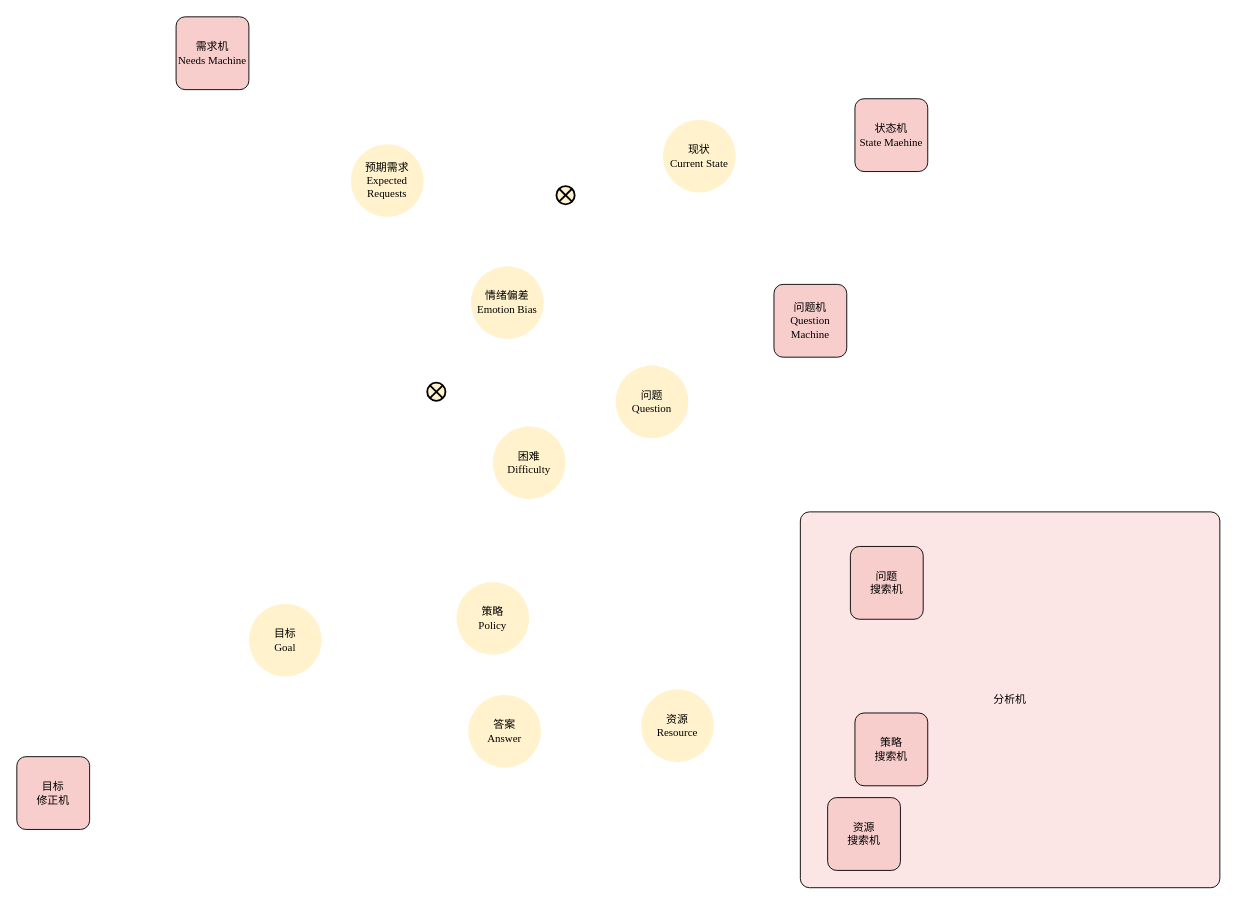
This is page "术语之于分析问题" (8 of 11) of Analyse/总体分析框架.drawio from EntelechySystem/EntelechySystem_theory, a draw.io file, before an edit. Source tidied: cells renumbered, new cells numbered last; positions are measured from the earlier drawing's top-left corner, leaving out a move shared by most shapes. Both pictures are drawn from the tidied source at 91%, with x=0, y=0 at pixel (16, 16).
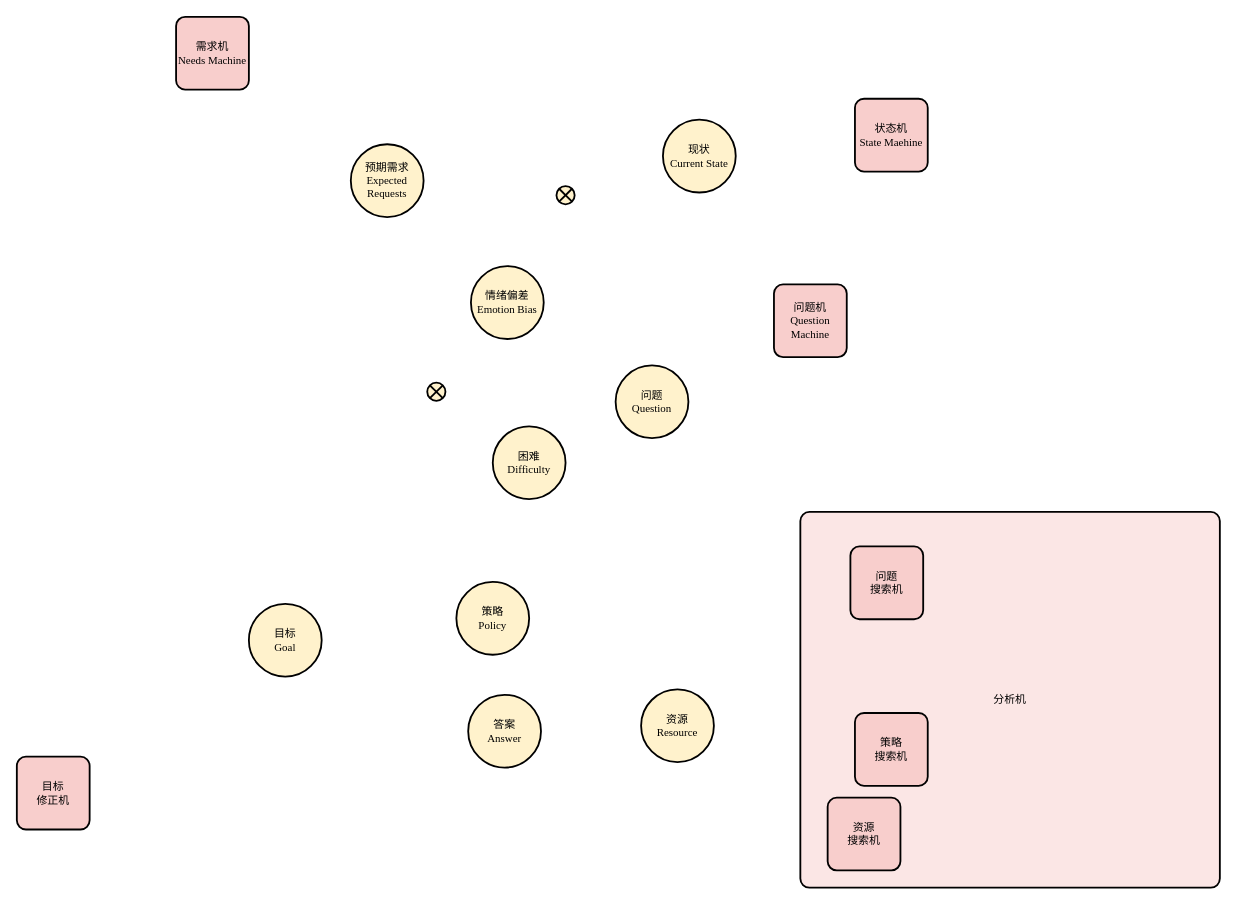
The same diagram, later.

Change to the diagram source:
```diff
@@
-    <mxCell id="3" value="情绪偏差&lt;br&gt;Emotion Bias" style="ellipse;whiteSpace=wrap;html=1;fontFamily=Times New Roman;fontSize=12;fontColor=default;align=center;strokeColor=none;fillColor=#fff2cc;" parent="1" vertex="1">
+    <mxCell id="3" value="情绪偏差&lt;br&gt;Emotion Bias" style="ellipse;whiteSpace=wrap;html=1;fontFamily=Times New Roman;fontSize=12;fontColor=default;align=center;strokeColor=default;fillColor=#fff2cc;strokeWidth=2;" parent="1" vertex="1">
       <mxGeometry x="499" y="274" width="80" height="80" as="geometry" />
     </mxCell>
-    <mxCell id="4" value="预期需求&lt;br&gt;Expected Requests" style="ellipse;whiteSpace=wrap;html=1;fontFamily=Times New Roman;fontSize=12;fontColor=default;align=center;strokeColor=none;fillColor=#fff2cc;" parent="1" vertex="1">
+    <mxCell id="4" value="预期需求&lt;br&gt;Expected Requests" style="ellipse;whiteSpace=wrap;html=1;fontFamily=Times New Roman;fontSize=12;fontColor=default;align=center;strokeColor=default;fillColor=#fff2cc;strokeWidth=2;" parent="1" vertex="1">
       <mxGeometry x="367" y="140" width="80" height="80" as="geometry" />
     </mxCell>
-    <mxCell id="5" value="策略&lt;br&gt;Policy" style="ellipse;whiteSpace=wrap;html=1;fontFamily=Times New Roman;fontSize=12;fontColor=default;align=center;strokeColor=none;fillColor=#fff2cc;" parent="1" vertex="1">
+    <mxCell id="5" value="策略&lt;br&gt;Policy" style="ellipse;whiteSpace=wrap;html=1;fontFamily=Times New Roman;fontSize=12;fontColor=default;align=center;strokeColor=default;fillColor=#fff2cc;strokeWidth=2;" parent="1" vertex="1">
       <mxGeometry x="483" y="621" width="80" height="80" as="geometry" />
     </mxCell>
-    <mxCell id="6" value="目标&lt;br&gt;Goal" style="ellipse;whiteSpace=wrap;html=1;fontFamily=Times New Roman;fontSize=12;fontColor=default;align=center;strokeColor=none;fillColor=#fff2cc;" parent="1" vertex="1">
+    <mxCell id="6" value="目标&lt;br&gt;Goal" style="ellipse;whiteSpace=wrap;html=1;fontFamily=Times New Roman;fontSize=12;fontColor=default;align=center;strokeColor=default;fillColor=#fff2cc;strokeWidth=2;" parent="1" vertex="1">
       <mxGeometry x="255" y="645" width="80" height="80" as="geometry" />
     </mxCell>
-    <mxCell id="7" value="现状&lt;br&gt;Current State" style="ellipse;whiteSpace=wrap;html=1;fontFamily=Times New Roman;fontSize=12;fontColor=default;align=center;strokeColor=none;fillColor=#fff2cc;" parent="1" vertex="1">
+    <mxCell id="7" value="现状&lt;br&gt;Current State" style="ellipse;whiteSpace=wrap;html=1;fontFamily=Times New Roman;fontSize=12;fontColor=default;align=center;strokeColor=default;fillColor=#fff2cc;strokeWidth=2;" parent="1" vertex="1">
       <mxGeometry x="710" y="113" width="80" height="80" as="geometry" />
     </mxCell>
-    <mxCell id="8" value="资源&lt;br&gt;Resource" style="ellipse;whiteSpace=wrap;html=1;labelBackgroundColor=none;labelBorderColor=none;fontFamily=Times New Roman;fillColor=#fff2cc;strokeColor=none;" parent="1" vertex="1">
+    <mxCell id="8" value="资源&lt;br&gt;Resource" style="ellipse;whiteSpace=wrap;html=1;labelBackgroundColor=none;labelBorderColor=none;fontFamily=Times New Roman;fillColor=#fff2cc;strokeColor=default;strokeWidth=2;" parent="1" vertex="1">
       <mxGeometry x="686" y="739" width="80" height="80" as="geometry" />
     </mxCell>
-    <mxCell id="9" value="困难&lt;br&gt;Difficulty" style="ellipse;whiteSpace=wrap;html=1;fontFamily=Times New Roman;fontSize=12;fontColor=default;align=center;strokeColor=none;fillColor=#fff2cc;" parent="1" vertex="1">
+    <mxCell id="9" value="困难&lt;br&gt;Difficulty" style="ellipse;whiteSpace=wrap;html=1;fontFamily=Times New Roman;fontSize=12;fontColor=default;align=center;strokeColor=default;fillColor=#fff2cc;strokeWidth=2;" parent="1" vertex="1">
       <mxGeometry x="523" y="450" width="80" height="80" as="geometry" />
     </mxCell>
-    <mxCell id="10" value="需求机&lt;br&gt;Needs Machine" style="rounded=1;whiteSpace=wrap;html=1;fontFamily=Times New Roman;fontSize=12;fontColor=default;align=center;strokeColor=default;fillColor=#f8cecc;absoluteArcSize=1;" parent="1" vertex="1">
+    <mxCell id="10" value="需求机&lt;br&gt;Needs Machine" style="rounded=1;whiteSpace=wrap;html=1;fontFamily=Times New Roman;fontSize=12;fontColor=default;align=center;strokeColor=default;fillColor=#f8cecc;absoluteArcSize=1;strokeWidth=2;" parent="1" vertex="1">
       <mxGeometry x="175" width="80" height="80" as="geometry" />
     </mxCell>
-    <mxCell id="11" value="状态机&lt;br&gt;State Maehine" style="rounded=1;whiteSpace=wrap;html=1;fontFamily=Times New Roman;fontSize=12;fontColor=default;align=center;strokeColor=default;fillColor=#f8cecc;absoluteArcSize=1;" parent="1" vertex="1">
+    <mxCell id="11" value="状态机&lt;br&gt;State Maehine" style="rounded=1;whiteSpace=wrap;html=1;fontFamily=Times New Roman;fontSize=12;fontColor=default;align=center;strokeColor=default;fillColor=#f8cecc;absoluteArcSize=1;strokeWidth=2;" parent="1" vertex="1">
       <mxGeometry x="921" y="90" width="80" height="80" as="geometry" />
     </mxCell>
-    <mxCell id="12" value="问题机&lt;br&gt;Question Machine" style="rounded=1;whiteSpace=wrap;html=1;fontFamily=Times New Roman;fontSize=12;fontColor=default;align=center;strokeColor=default;fillColor=#f8cecc;absoluteArcSize=1;" parent="1" vertex="1">
+    <mxCell id="12" value="问题机&lt;br&gt;Question Machine" style="rounded=1;whiteSpace=wrap;html=1;fontFamily=Times New Roman;fontSize=12;fontColor=default;align=center;strokeColor=default;fillColor=#f8cecc;absoluteArcSize=1;strokeWidth=2;" parent="1" vertex="1">
       <mxGeometry x="832" y="294" width="80" height="80" as="geometry" />
     </mxCell>
-    <mxCell id="13" value="分析机" style="rounded=1;whiteSpace=wrap;html=1;fontFamily=Times New Roman;fontSize=12;align=center;strokeColor=#000000;fillColor=#f8cecc;absoluteArcSize=1;fillOpacity=50;" parent="1" vertex="1">
+    <mxCell id="13" value="分析机" style="rounded=1;whiteSpace=wrap;html=1;fontFamily=Times New Roman;fontSize=12;align=center;strokeColor=default;fillColor=#f8cecc;absoluteArcSize=1;fillOpacity=50;strokeWidth=2;" parent="1" vertex="1">
       <mxGeometry x="861" y="544" width="461" height="413" as="geometry" />
     </mxCell>
-    <mxCell id="14" value="问题&lt;br&gt;搜索机" style="rounded=1;whiteSpace=wrap;html=1;fontFamily=Times New Roman;fontSize=12;fontColor=default;align=center;strokeColor=default;fillColor=#f8cecc;absoluteArcSize=1;" parent="1" vertex="1">
+    <mxCell id="14" value="问题&lt;br&gt;搜索机" style="rounded=1;whiteSpace=wrap;html=1;fontFamily=Times New Roman;fontSize=12;fontColor=default;align=center;strokeColor=default;fillColor=#f8cecc;absoluteArcSize=1;strokeWidth=2;" parent="1" vertex="1">
       <mxGeometry x="916" y="582" width="80" height="80" as="geometry" />
     </mxCell>
@@
-    <mxCell id="16" value="策略&lt;br&gt;搜索机" style="rounded=1;whiteSpace=wrap;html=1;fontFamily=Times New Roman;fontSize=12;fontColor=default;align=center;strokeColor=default;fillColor=#f8cecc;absoluteArcSize=1;" parent="1" vertex="1">
+    <mxCell id="16" value="策略&lt;br&gt;搜索机" style="rounded=1;whiteSpace=wrap;html=1;fontFamily=Times New Roman;fontSize=12;fontColor=default;align=center;strokeColor=default;fillColor=#f8cecc;absoluteArcSize=1;strokeWidth=2;" parent="1" vertex="1">
       <mxGeometry x="921" y="765" width="80" height="80" as="geometry" />
     </mxCell>
-    <mxCell id="17" value="资源&lt;br&gt;搜索机" style="rounded=1;whiteSpace=wrap;html=1;fontFamily=Times New Roman;fontSize=12;fontColor=default;align=center;strokeColor=default;fillColor=#f8cecc;absoluteArcSize=1;" parent="1" vertex="1">
+    <mxCell id="17" value="资源&lt;br&gt;搜索机" style="rounded=1;whiteSpace=wrap;html=1;fontFamily=Times New Roman;fontSize=12;fontColor=default;align=center;strokeColor=default;fillColor=#f8cecc;absoluteArcSize=1;strokeWidth=2;" parent="1" vertex="1">
       <mxGeometry x="891" y="858" width="80" height="80" as="geometry" />
     </mxCell>
-    <mxCell id="18" value="目标&lt;br&gt;修正机" style="rounded=1;whiteSpace=wrap;html=1;fontFamily=Times New Roman;fontSize=12;fontColor=default;align=center;strokeColor=default;fillColor=#f8cecc;absoluteArcSize=1;" parent="1" vertex="1">
+    <mxCell id="18" value="目标&lt;br&gt;修正机" style="rounded=1;whiteSpace=wrap;html=1;fontFamily=Times New Roman;fontSize=12;fontColor=default;align=center;strokeColor=default;fillColor=#f8cecc;absoluteArcSize=1;strokeWidth=2;" parent="1" vertex="1">
       <mxGeometry y="813" width="80" height="80" as="geometry" />
     </mxCell>
-    <mxCell id="19" value="问题&lt;br&gt;Question" style="ellipse;whiteSpace=wrap;html=1;fontFamily=Times New Roman;fontSize=12;fontColor=default;align=center;strokeColor=none;fillColor=#fff2cc;" parent="1" vertex="1">
+    <mxCell id="19" value="问题&lt;br&gt;Question" style="ellipse;whiteSpace=wrap;html=1;fontFamily=Times New Roman;fontSize=12;fontColor=default;align=center;strokeColor=default;fillColor=#fff2cc;strokeWidth=2;" parent="1" vertex="1">
       <mxGeometry x="658" y="383" width="80" height="80" as="geometry" />
     </mxCell>
-    <mxCell id="20" value="答案&lt;br&gt;Answer" style="ellipse;whiteSpace=wrap;html=1;fontFamily=Times New Roman;fontSize=12;fontColor=default;align=center;strokeColor=none;fillColor=#fff2cc;" parent="1" vertex="1">
+    <mxCell id="20" value="答案&lt;br&gt;Answer" style="ellipse;whiteSpace=wrap;html=1;fontFamily=Times New Roman;fontSize=12;fontColor=default;align=center;strokeColor=default;fillColor=#fff2cc;strokeWidth=2;" parent="1" vertex="1">
       <mxGeometry x="496" y="745" width="80" height="80" as="geometry" />
     </mxCell>
```
